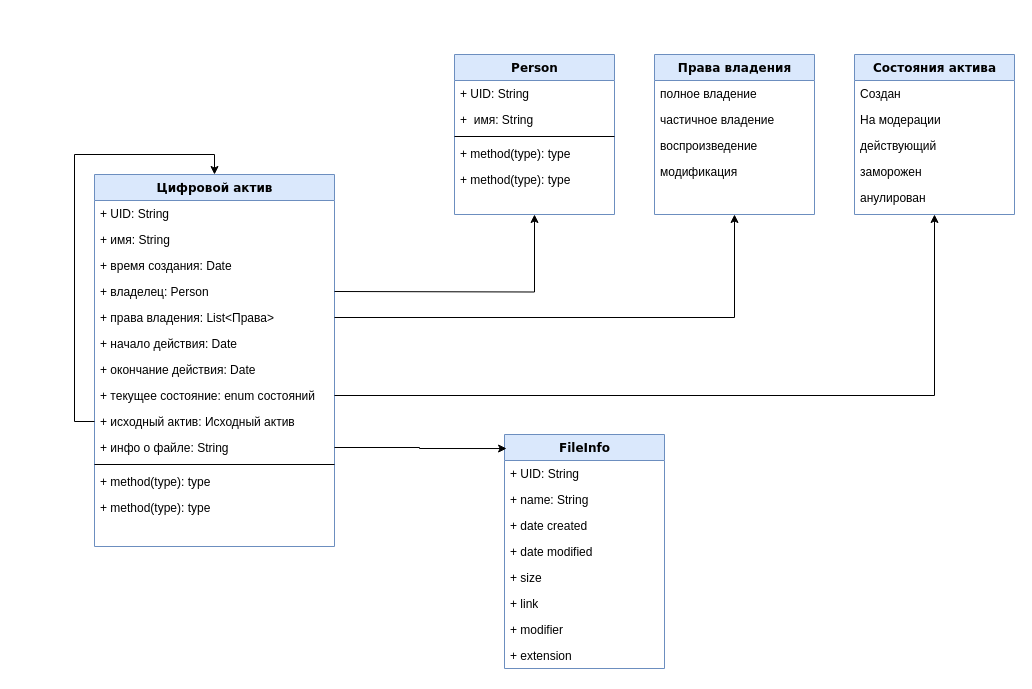
This is page "Классы" (1 of 3) of DA-API.drawio from ansamoylenko/da-api, a draw.io file, before an edit. Source tidied: cells renumbered, new cells numbered last; positions are measured from the earlier drawing's top-left corner, leaving out a move shared by most shapes. Both pictures are drawn from the tidied source at 100%, with x=0, y=0 at pixel (74, 24).
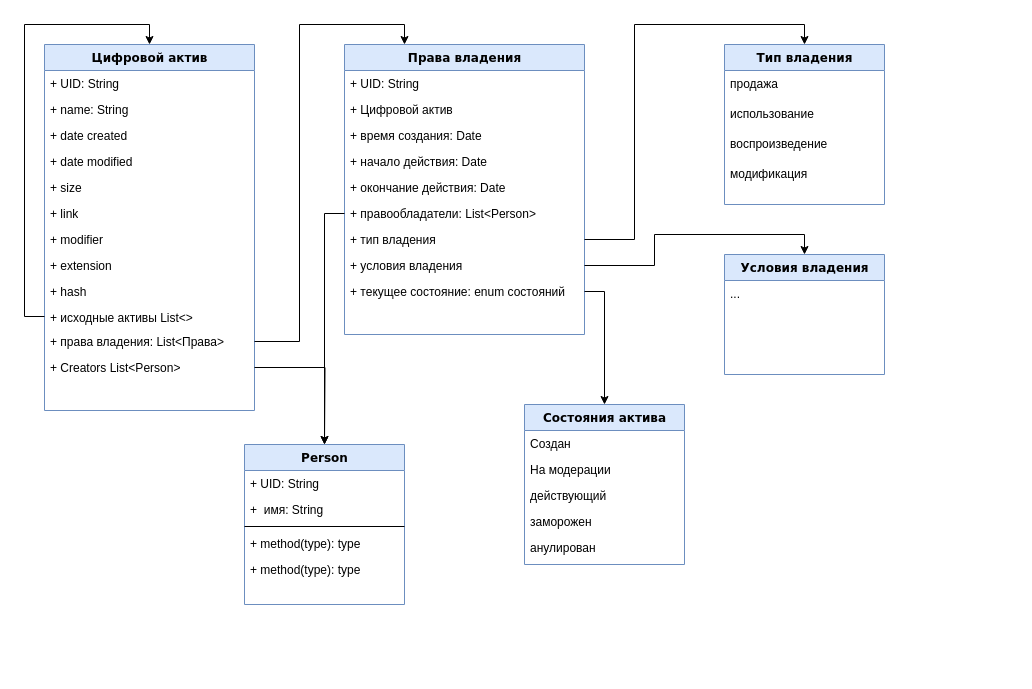
The same diagram, later.

What changed in the source:
```diff
@@
-    <mxCell id="2" value="Цифровой актив" style="swimlane;html=1;fontStyle=1;align=center;verticalAlign=top;horizontal=1;startSize=26;swimlaneFillColor=#ffffff;rounded=0;shadow=0;comic=0;labelBackgroundColor=none;strokeWidth=1;fillColor=#dae8fc;fontFamily=Verdana;fontSize=12;strokeColor=#6c8ebf;" parent="1" vertex="1">
-      <mxGeometry x="20" y="150" width="240" height="372" as="geometry" />
+    <mxCell id="2" value="Права владения" style="swimlane;html=1;fontStyle=1;align=center;verticalAlign=top;horizontal=1;startSize=26;swimlaneFillColor=#ffffff;rounded=0;shadow=0;comic=0;labelBackgroundColor=none;strokeWidth=1;fillColor=#dae8fc;fontFamily=Verdana;fontSize=12;strokeColor=#6c8ebf;" parent="1" vertex="1">
+      <mxGeometry x="270" y="20" width="240" height="290" as="geometry" />
     </mxCell>
@@
-    <mxCell id="4" value="+ имя: String" style="text;html=1;strokeColor=none;fillColor=none;align=left;verticalAlign=top;spacingLeft=4;spacingRight=4;whiteSpace=wrap;overflow=hidden;" parent="2" vertex="1">
-      <mxGeometry y="52" width="240" height="26" as="geometry" />
-    </mxCell>
+    <mxCell id="13" value="+ Цифровой актив" style="text;html=1;strokeColor=none;fillColor=none;align=left;verticalAlign=top;spacingLeft=4;spacingRight=4;whiteSpace=wrap;overflow=hidden;points=[[0,0.5],[1,0.5]];portConstraint=eastwest;" parent="2" vertex="1">
+      <mxGeometry y="52" width="240" height="26" as="geometry" />
+    </mxCell>
@@
+    <mxCell id="8" value="+ начало действия: Date" style="text;html=1;strokeColor=none;fillColor=none;align=left;verticalAlign=top;spacingLeft=4;spacingRight=4;whiteSpace=wrap;overflow=hidden;" parent="2" vertex="1">
+      <mxGeometry y="104" width="240" height="26" as="geometry" />
+    </mxCell>
+    <mxCell id="9" value="+ окончание действия: Date" style="text;html=1;strokeColor=none;fillColor=none;align=left;verticalAlign=top;spacingLeft=4;spacingRight=4;whiteSpace=wrap;overflow=hidden;" parent="2" vertex="1">
+      <mxGeometry y="130" width="240" height="26" as="geometry" />
+    </mxCell>
-    <mxCell id="6" value="+ владелец: Person" style="text;html=1;strokeColor=none;fillColor=none;align=left;verticalAlign=top;spacingLeft=4;spacingRight=4;whiteSpace=wrap;overflow=hidden;points=[[0,0.5],[1,0.5]];portConstraint=eastwest;" parent="2" vertex="1">
-      <mxGeometry y="104" width="240" height="26" as="geometry" />
+    <mxCell id="6" value="+ правообладатели: List&amp;lt;Person&amp;gt;" style="text;html=1;strokeColor=none;fillColor=none;align=left;verticalAlign=top;spacingLeft=4;spacingRight=4;whiteSpace=wrap;overflow=hidden;points=[[0,0.5],[1,0.5]];portConstraint=eastwest;" parent="2" vertex="1">
+      <mxGeometry y="156" width="240" height="26" as="geometry" />
     </mxCell>
-    <mxCell id="7" value="+ права владения: List&amp;lt;Права&amp;gt;" style="text;html=1;strokeColor=none;fillColor=none;align=left;verticalAlign=top;spacingLeft=4;spacingRight=4;whiteSpace=wrap;overflow=hidden;points=[[0,0.5],[1,0.5]];portConstraint=eastwest;" parent="2" vertex="1">
-      <mxGeometry y="130" width="240" height="26" as="geometry" />
+    <mxCell id="7" value="+ тип владения" style="text;html=1;strokeColor=none;fillColor=none;align=left;verticalAlign=top;spacingLeft=4;spacingRight=4;whiteSpace=wrap;overflow=hidden;points=[[0,0.5],[1,0.5]];portConstraint=eastwest;" parent="2" vertex="1">
+      <mxGeometry y="182" width="240" height="26" as="geometry" />
     </mxCell>
-    <mxCell id="8" value="+ начало действия: Date" style="text;html=1;strokeColor=none;fillColor=none;align=left;verticalAlign=top;spacingLeft=4;spacingRight=4;whiteSpace=wrap;overflow=hidden;" parent="2" vertex="1">
-      <mxGeometry y="156" width="240" height="26" as="geometry" />
-    </mxCell>
-    <mxCell id="9" value="+ окончание действия: Date" style="text;html=1;strokeColor=none;fillColor=none;align=left;verticalAlign=top;spacingLeft=4;spacingRight=4;whiteSpace=wrap;overflow=hidden;" parent="2" vertex="1">
-      <mxGeometry y="182" width="240" height="26" as="geometry" />
-    </mxCell>
+    <mxCell id="49" value="+ условия владения" style="text;html=1;strokeColor=none;fillColor=none;align=left;verticalAlign=top;spacingLeft=4;spacingRight=4;whiteSpace=wrap;overflow=hidden;points=[[0,0.5],[1,0.5]];portConstraint=eastwest;" parent="2" vertex="1">
+      <mxGeometry y="208" width="240" height="26" as="geometry" />
+    </mxCell>
     <mxCell id="10" value="+ текущее состояние: enum состояний" style="text;html=1;strokeColor=none;fillColor=none;align=left;verticalAlign=top;spacingLeft=4;spacingRight=4;whiteSpace=wrap;overflow=hidden;points=[[0,0.5],[1,0.5]];portConstraint=eastwest;" parent="2" vertex="1">
-      <mxGeometry y="208" width="240" height="26" as="geometry" />
+      <mxGeometry y="234" width="240" height="26" as="geometry" />
     </mxCell>
-    <mxCell id="11" style="edgeStyle=orthogonalEdgeStyle;rounded=0;jettySize=auto;html=1;entryX=0.5;entryY=0;entryDx=0;entryDy=0;" parent="2" edge="1" source="12" target="2">
-      <mxGeometry relative="1" as="geometry">
-        <Array as="points">
-          <mxPoint x="-20" y="247" />
-          <mxPoint x="-20" y="-20" />
-          <mxPoint x="120" y="-20" />
-        </Array>
-      </mxGeometry>
-    </mxCell>
-    <mxCell id="12" value="+ исходный актив: Исходный актив" style="text;html=1;strokeColor=none;fillColor=none;align=left;verticalAlign=top;spacingLeft=4;spacingRight=4;whiteSpace=wrap;overflow=hidden;points=[[0,0.5],[1,0.5]];portConstraint=eastwest;" parent="2" vertex="1">
-      <mxGeometry y="234" width="240" height="26" as="geometry" />
-    </mxCell>
-    <mxCell id="13" value="+ инфо о файле: String" style="text;html=1;strokeColor=none;fillColor=none;align=left;verticalAlign=top;spacingLeft=4;spacingRight=4;whiteSpace=wrap;overflow=hidden;points=[[0,0.5],[1,0.5]];portConstraint=eastwest;" parent="2" vertex="1">
-      <mxGeometry y="260" width="240" height="26" as="geometry" />
-    </mxCell>
-    <mxCell id="14" style="line;html=1;strokeWidth=1;fillColor=none;align=left;verticalAlign=middle;spacingTop=-1;spacingLeft=3;spacingRight=3;labelPosition=right;" parent="2" vertex="1">
-      <mxGeometry y="286" width="240" height="8" as="geometry" />
-    </mxCell>
-    <mxCell id="15" value="+ method(type): type" style="text;html=1;strokeColor=none;fillColor=none;align=left;verticalAlign=top;spacingLeft=4;spacingRight=4;whiteSpace=wrap;overflow=hidden;" parent="2" vertex="1">
-      <mxGeometry y="294" width="240" height="26" as="geometry" />
-    </mxCell>
-    <mxCell id="16" value="+ method(type): type" style="text;html=1;strokeColor=none;fillColor=none;align=left;verticalAlign=top;spacingLeft=4;spacingRight=4;whiteSpace=wrap;overflow=hidden;" parent="2" vertex="1">
-      <mxGeometry y="320" width="240" height="26" as="geometry" />
-    </mxCell>
-    <mxCell id="17" value="Права владения" style="swimlane;html=1;fontStyle=1;align=center;verticalAlign=top;horizontal=1;startSize=26;swimlaneFillColor=#ffffff;rounded=0;shadow=0;comic=0;labelBackgroundColor=none;strokeWidth=1;fillColor=#dae8fc;fontFamily=Verdana;fontSize=12;strokeColor=#6c8ebf;" parent="1" vertex="1">
-      <mxGeometry x="580" y="30" width="160" height="160" as="geometry" />
-    </mxCell>
-    <mxCell id="18" value="полное владение" style="text;html=1;strokeColor=none;fillColor=none;align=left;verticalAlign=top;spacingLeft=4;spacingRight=4;whiteSpace=wrap;overflow=hidden;" parent="17" vertex="1">
-      <mxGeometry y="26" width="160" height="26" as="geometry" />
-    </mxCell>
-    <mxCell id="19" value="частичное владение" style="text;html=1;strokeColor=none;fillColor=none;align=left;verticalAlign=top;spacingLeft=4;spacingRight=4;whiteSpace=wrap;overflow=hidden;" parent="17" vertex="1">
-      <mxGeometry y="52" width="160" height="26" as="geometry" />
-    </mxCell>
-    <mxCell id="20" value="воспроизведение" style="text;html=1;strokeColor=none;fillColor=none;align=left;verticalAlign=top;spacingLeft=4;spacingRight=4;whiteSpace=wrap;overflow=hidden;" parent="17" vertex="1">
-      <mxGeometry y="78" width="160" height="26" as="geometry" />
-    </mxCell>
-    <mxCell id="21" value="модификация" style="text;html=1;strokeColor=none;fillColor=none;align=left;verticalAlign=top;spacingLeft=4;spacingRight=4;whiteSpace=wrap;overflow=hidden;" parent="17" vertex="1">
-      <mxGeometry y="104" width="160" height="26" as="geometry" />
-    </mxCell>
     <mxCell id="22" value="Состояния актива" style="swimlane;html=1;fontStyle=1;align=center;verticalAlign=top;horizontal=1;startSize=26;swimlaneFillColor=#ffffff;rounded=0;shadow=0;comic=0;labelBackgroundColor=none;strokeWidth=1;fillColor=#dae8fc;fontFamily=Verdana;fontSize=12;strokeColor=#6c8ebf;" parent="1" vertex="1">
-      <mxGeometry x="780" y="30" width="160" height="160" as="geometry" />
+      <mxGeometry x="450" y="380" width="160" height="160" as="geometry" />
     </mxCell>
@@
     <mxCell id="28" value="Person" style="swimlane;html=1;fontStyle=1;align=center;verticalAlign=top;horizontal=1;startSize=26;swimlaneFillColor=#ffffff;rounded=0;shadow=0;comic=0;labelBackgroundColor=none;strokeWidth=1;fillColor=#dae8fc;fontFamily=Verdana;fontSize=12;strokeColor=#6c8ebf;" parent="1" vertex="1">
-      <mxGeometry x="380" y="30" width="160" height="160" as="geometry" />
+      <mxGeometry x="170" y="420" width="160" height="160" as="geometry" />
     </mxCell>
@@
-    <mxCell id="34" style="edgeStyle=orthogonalEdgeStyle;rounded=0;jettySize=auto;html=1;" parent="1" edge="1" target="28">
-      <mxGeometry relative="1" as="geometry">
-        <mxPoint x="260" y="267" as="sourcePoint" />
-      </mxGeometry>
-    </mxCell>
-    <mxCell id="35" style="edgeStyle=orthogonalEdgeStyle;rounded=0;jettySize=auto;html=1;" parent="1" edge="1" source="7" target="17">
-      <mxGeometry relative="1" as="geometry" />
-    </mxCell>
-    <mxCell id="36" style="edgeStyle=orthogonalEdgeStyle;rounded=0;jettySize=auto;html=1;" parent="1" edge="1" source="10" target="22">
-      <mxGeometry relative="1" as="geometry" />
-    </mxCell>
-    <mxCell id="37" value="FileInfo" style="swimlane;html=1;fontStyle=1;align=center;verticalAlign=top;horizontal=1;startSize=26;swimlaneFillColor=#ffffff;rounded=0;shadow=0;comic=0;labelBackgroundColor=none;strokeWidth=1;fillColor=#dae8fc;fontFamily=Verdana;fontSize=12;strokeColor=#6c8ebf;" parent="1" vertex="1">
-      <mxGeometry x="430" y="410" width="160" height="234" as="geometry" />
+    <mxCell id="37" value="Цифровой актив" style="swimlane;html=1;fontStyle=1;align=center;verticalAlign=top;horizontal=1;startSize=26;swimlaneFillColor=#ffffff;rounded=0;shadow=0;comic=0;labelBackgroundColor=none;strokeWidth=1;fillColor=#dae8fc;fontFamily=Verdana;fontSize=12;strokeColor=#6c8ebf;" parent="1" vertex="1">
+      <mxGeometry x="-30" y="20" width="210" height="366" as="geometry" />
     </mxCell>
     <mxCell id="38" value="+ UID: String" style="text;html=1;strokeColor=none;fillColor=none;align=left;verticalAlign=top;spacingLeft=4;spacingRight=4;whiteSpace=wrap;overflow=hidden;" parent="37" vertex="1">
-      <mxGeometry y="26" width="160" height="26" as="geometry" />
+      <mxGeometry y="26" width="210" height="26" as="geometry" />
     </mxCell>
     <mxCell id="39" value="+ name: String" style="text;html=1;strokeColor=none;fillColor=none;align=left;verticalAlign=top;spacingLeft=4;spacingRight=4;whiteSpace=wrap;overflow=hidden;" parent="37" vertex="1">
-      <mxGeometry y="52" width="160" height="26" as="geometry" />
+      <mxGeometry y="52" width="210" height="26" as="geometry" />
     </mxCell>
     <mxCell id="40" value="+ date created" style="text;html=1;strokeColor=none;fillColor=none;align=left;verticalAlign=top;spacingLeft=4;spacingRight=4;whiteSpace=wrap;overflow=hidden;" parent="37" vertex="1">
-      <mxGeometry y="78" width="160" height="26" as="geometry" />
+      <mxGeometry y="78" width="210" height="26" as="geometry" />
     </mxCell>
     <mxCell id="41" value="&lt;div&gt;+ date &lt;span class=&quot;VIiyi&quot; lang=&quot;en&quot;&gt;&lt;span class=&quot;JLqJ4b ChMk0b&quot;&gt;&lt;span class=&quot;Q4iAWc&quot;&gt;modified&lt;/span&gt;&lt;/span&gt;&lt;/span&gt;&lt;br&gt;&lt;br&gt;&lt;/div&gt;" style="text;html=1;strokeColor=none;fillColor=none;align=left;verticalAlign=top;spacingLeft=4;spacingRight=4;whiteSpace=wrap;overflow=hidden;" parent="37" vertex="1">
-      <mxGeometry y="104" width="160" height="26" as="geometry" />
+      <mxGeometry y="104" width="210" height="26" as="geometry" />
     </mxCell>
     <mxCell id="42" value="+ size" style="text;html=1;strokeColor=none;fillColor=none;align=left;verticalAlign=top;spacingLeft=4;spacingRight=4;whiteSpace=wrap;overflow=hidden;" parent="37" vertex="1">
-      <mxGeometry y="130" width="160" height="26" as="geometry" />
+      <mxGeometry y="130" width="210" height="26" as="geometry" />
     </mxCell>
     <mxCell id="43" value="+ link" style="text;html=1;strokeColor=none;fillColor=none;align=left;verticalAlign=top;spacingLeft=4;spacingRight=4;whiteSpace=wrap;overflow=hidden;" parent="37" vertex="1">
-      <mxGeometry y="156" width="160" height="26" as="geometry" />
+      <mxGeometry y="156" width="210" height="26" as="geometry" />
     </mxCell>
     <mxCell id="44" value="+ modifier" style="text;html=1;strokeColor=none;fillColor=none;align=left;verticalAlign=top;spacingLeft=4;spacingRight=4;whiteSpace=wrap;overflow=hidden;points=[[0,0.5],[1,0.5]];portConstraint=eastwest;" parent="37" vertex="1">
-      <mxGeometry y="182" width="160" height="26" as="geometry" />
+      <mxGeometry y="182" width="210" height="26" as="geometry" />
     </mxCell>
     <mxCell id="45" value="+ extension" style="text;html=1;strokeColor=none;fillColor=none;align=left;verticalAlign=top;spacingLeft=4;spacingRight=4;whiteSpace=wrap;overflow=hidden;" parent="37" vertex="1">
-      <mxGeometry y="208" width="160" height="26" as="geometry" />
+      <mxGeometry y="208" width="210" height="26" as="geometry" />
     </mxCell>
+    <mxCell id="50" value="+ hash" style="text;html=1;strokeColor=none;fillColor=none;align=left;verticalAlign=top;spacingLeft=4;spacingRight=4;whiteSpace=wrap;overflow=hidden;" parent="37" vertex="1">
+      <mxGeometry y="234" width="210" height="26" as="geometry" />
+    </mxCell>
+    <mxCell id="51" style="edgeStyle=orthogonalEdgeStyle;rounded=0;jettySize=auto;html=1;entryX=0.5;entryY=0;entryDx=0;entryDy=0;" parent="37" edge="1" source="52" target="37">
+      <mxGeometry relative="1" as="geometry">
+        <Array as="points">
+          <mxPoint x="-20" y="272" />
+          <mxPoint x="-20" y="-20" />
+          <mxPoint x="105" y="-20" />
+        </Array>
+      </mxGeometry>
+    </mxCell>
+    <mxCell id="52" value="+ исходные активы List&amp;lt;&amp;gt;" style="text;html=1;strokeColor=none;fillColor=none;align=left;verticalAlign=top;spacingLeft=4;spacingRight=4;whiteSpace=wrap;overflow=hidden;points=[[0,0.5],[1,0.5]];portConstraint=eastwest;" parent="37" vertex="1">
+      <mxGeometry y="260" width="210" height="24" as="geometry" />
+    </mxCell>
+    <mxCell id="53" value="+ права владения: List&amp;lt;Права&amp;gt;" style="text;html=1;strokeColor=none;fillColor=none;align=left;verticalAlign=top;spacingLeft=4;spacingRight=4;whiteSpace=wrap;overflow=hidden;points=[[0,0.5],[1,0.5]];portConstraint=eastwest;" parent="37" vertex="1">
+      <mxGeometry y="284" width="210" height="26" as="geometry" />
+    </mxCell>
+    <mxCell id="54" value="+ Creators List&amp;lt;Person&amp;gt;&amp;nbsp; &amp;nbsp; " style="text;html=1;strokeColor=none;fillColor=none;align=left;verticalAlign=top;spacingLeft=4;spacingRight=4;whiteSpace=wrap;overflow=hidden;points=[[0,0.5],[1,0.5]];portConstraint=eastwest;" parent="37" vertex="1">
+      <mxGeometry y="310" width="210" height="26" as="geometry" />
+    </mxCell>
@@
-    <mxCell id="48" style="edgeStyle=orthogonalEdgeStyle;rounded=0;jettySize=auto;html=1;entryX=0.013;entryY=0.06;entryDx=0;entryDy=0;entryPerimeter=0;" parent="1" edge="1" source="13" target="37">
-      <mxGeometry relative="1" as="geometry" />
-    </mxCell>
+    <mxCell id="55" value="Условия владения" style="swimlane;html=1;fontStyle=1;align=center;verticalAlign=top;horizontal=1;startSize=26;swimlaneFillColor=#ffffff;rounded=0;shadow=0;comic=0;labelBackgroundColor=none;strokeWidth=1;fillColor=#dae8fc;fontFamily=Verdana;fontSize=12;strokeColor=#6c8ebf;" parent="1" vertex="1">
+      <mxGeometry x="650" y="230" width="160" height="120" as="geometry" />
+    </mxCell>
+    <mxCell id="56" value="&lt;div&gt;...&lt;/div&gt;" style="text;html=1;strokeColor=none;fillColor=none;align=left;verticalAlign=top;spacingLeft=4;spacingRight=4;whiteSpace=wrap;overflow=hidden;" parent="55" vertex="1">
+      <mxGeometry y="26" width="160" height="26" as="geometry" />
+    </mxCell>
+    <mxCell id="36" style="edgeStyle=orthogonalEdgeStyle;rounded=0;jettySize=auto;html=1;entryX=0.5;entryY=0;entryDx=0;entryDy=0;" parent="1" edge="1" source="10" target="22">
+      <mxGeometry relative="1" as="geometry" />
+    </mxCell>
+    <mxCell id="57" value="Тип владения" style="swimlane;html=1;fontStyle=1;align=center;verticalAlign=top;horizontal=1;startSize=26;swimlaneFillColor=#ffffff;rounded=0;shadow=0;comic=0;labelBackgroundColor=none;strokeWidth=1;fillColor=#dae8fc;fontFamily=Verdana;fontSize=12;strokeColor=#6c8ebf;" parent="1" vertex="1">
+      <mxGeometry x="650" y="20" width="160" height="160" as="geometry" />
+    </mxCell>
+    <mxCell id="58" value="продажа" style="text;html=1;strokeColor=none;fillColor=none;align=left;verticalAlign=top;spacingLeft=4;spacingRight=4;whiteSpace=wrap;overflow=hidden;" parent="57" vertex="1">
+      <mxGeometry y="26" width="160" height="30" as="geometry" />
+    </mxCell>
+    <mxCell id="59" value="использование" style="text;html=1;strokeColor=none;fillColor=none;align=left;verticalAlign=top;spacingLeft=4;spacingRight=4;whiteSpace=wrap;overflow=hidden;" parent="57" vertex="1">
+      <mxGeometry y="56" width="160" height="30" as="geometry" />
+    </mxCell>
+    <mxCell id="20" value="воспроизведение" style="text;html=1;strokeColor=none;fillColor=none;align=left;verticalAlign=top;spacingLeft=4;spacingRight=4;whiteSpace=wrap;overflow=hidden;" parent="57" vertex="1">
+      <mxGeometry y="86" width="160" height="30" as="geometry" />
+    </mxCell>
+    <mxCell id="21" value="модификация" style="text;html=1;strokeColor=none;fillColor=none;align=left;verticalAlign=top;spacingLeft=4;spacingRight=4;whiteSpace=wrap;overflow=hidden;" parent="57" vertex="1">
+      <mxGeometry y="116" width="160" height="30" as="geometry" />
+    </mxCell>
+    <mxCell id="60" style="edgeStyle=orthogonalEdgeStyle;rounded=0;jettySize=auto;html=1;entryX=0.5;entryY=0;entryDx=0;entryDy=0;" parent="1" edge="1" source="49" target="55">
+      <mxGeometry relative="1" as="geometry" />
+    </mxCell>
+    <mxCell id="61" style="edgeStyle=orthogonalEdgeStyle;rounded=0;jettySize=auto;html=1;entryX=0.5;entryY=0;entryDx=0;entryDy=0;" parent="1" edge="1" source="7" target="57">
+      <mxGeometry relative="1" as="geometry">
+        <Array as="points">
+          <mxPoint x="560" y="215" />
+          <mxPoint x="560" />
+          <mxPoint x="730" />
+        </Array>
+      </mxGeometry>
+    </mxCell>
+    <mxCell id="62" style="edgeStyle=orthogonalEdgeStyle;rounded=0;jettySize=auto;html=1;entryX=0.25;entryY=0;entryDx=0;entryDy=0;" parent="1" edge="1" source="53" target="2">
+      <mxGeometry relative="1" as="geometry" />
+    </mxCell>
+    <mxCell id="63" style="edgeStyle=orthogonalEdgeStyle;rounded=0;jettySize=auto;html=1;entryX=0.5;entryY=0;entryDx=0;entryDy=0;" parent="1" edge="1" source="6" target="28">
+      <mxGeometry relative="1" as="geometry" />
+    </mxCell>
+    <mxCell id="64" style="edgeStyle=orthogonalEdgeStyle;rounded=0;jettySize=auto;html=1;" parent="1" edge="1" source="54">
+      <mxGeometry relative="1" as="geometry">
+        <mxPoint x="250" y="420" as="targetPoint" />
+      </mxGeometry>
+    </mxCell>
```
